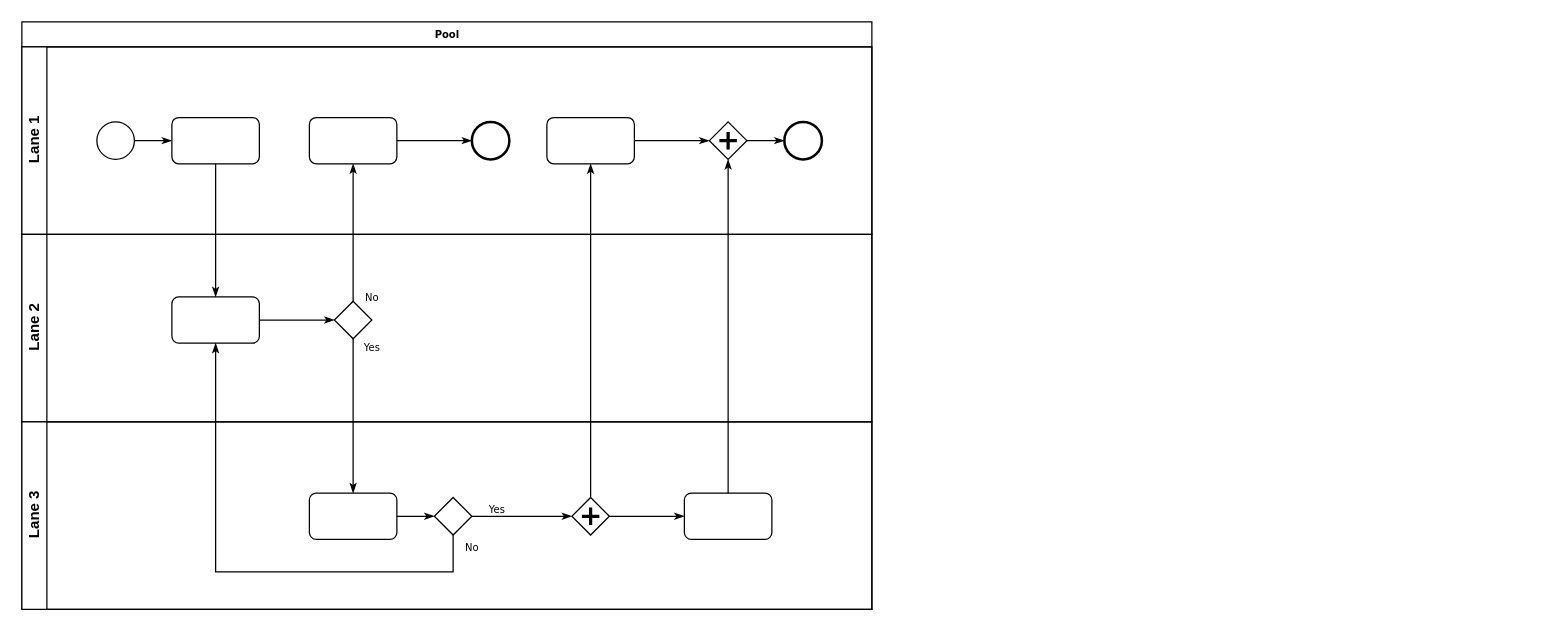
ToshiyasuKatsube735/image-analysis keeps this draw.io diagram as templates/test.drawio. Above is the earlier version. Source tidied: cells renumbered, new cells numbered last; positions are measured from the earlier drawing's top-left corner, leaving out a move shared by most shapes. Both pictures are drawn from the tidied source at 125%, with x=0, y=0 at pixel (21, 21).
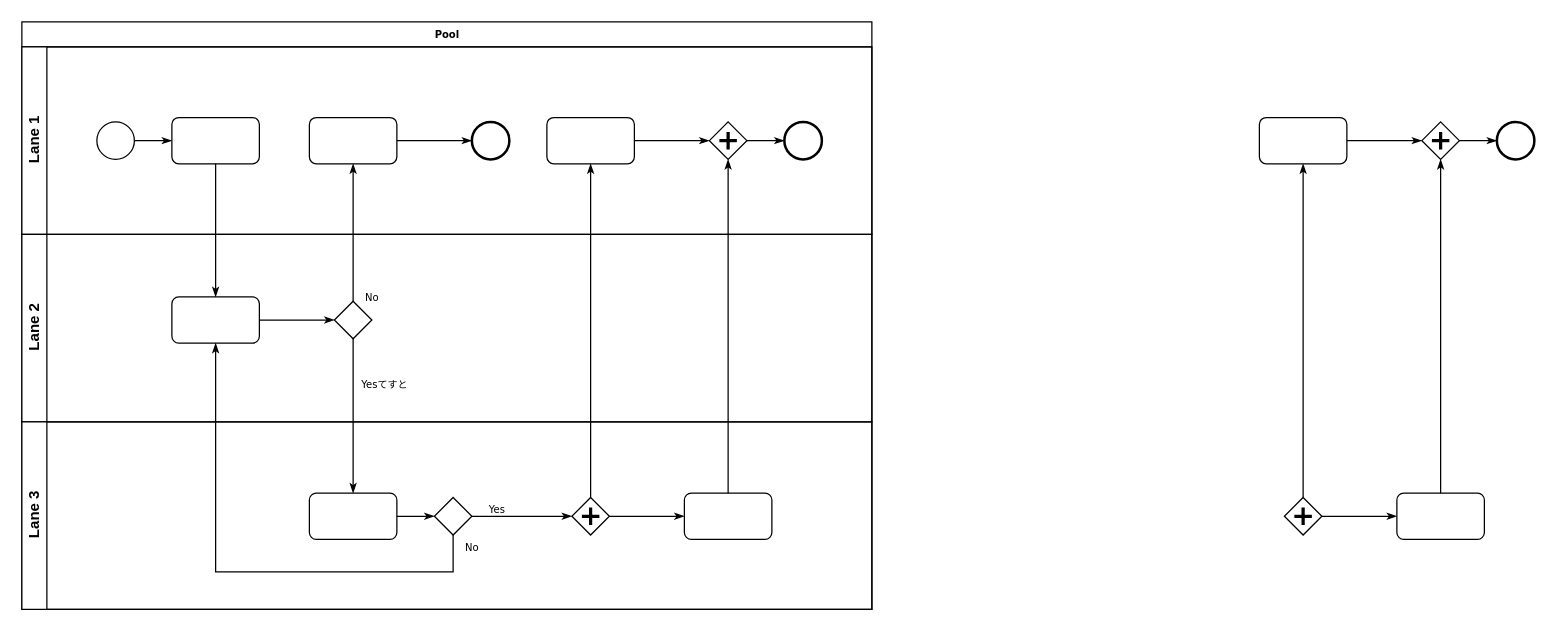
Above is the later version.

Commit message:
test.drawio を更新します

The change refers to these unchanged cells:
```xml
<mxCell id="2" value="Pool" style="swimlane;html=1;horizontal=1;startSize=20;rounded=0;shadow=0;labelBackgroundColor=none;strokeWidth=1;fontFamily=Verdana;fontSize=8;align=center;" parent="1" vertex="1">
  <mxGeometry width="680" height="470" as="geometry" />
</mxCell>
<mxCell id="17" style="strokeWidth=1;html=1;shape=mxgraph.flowchart.decision;whiteSpace=wrap;rounded=1;shadow=0;labelBackgroundColor=none;fontFamily=Verdana;fontSize=8;align=center;" parent="15" vertex="1">
  <mxGeometry x="250" y="53.5" width="30" height="30" as="geometry" />
</mxCell>
<mxCell id="21" style="rounded=1;whiteSpace=wrap;html=1;shadow=0;labelBackgroundColor=none;strokeWidth=1;fontFamily=Verdana;fontSize=8;align=center;" parent="19" vertex="1">
  <mxGeometry x="230" y="57" width="70" height="37" as="geometry" />
</mxCell>
```

What changed in the source:
```diff
@@
-    <mxCell id="29" value="Yes" style="edgeStyle=orthogonalEdgeStyle;rounded=0;html=1;labelBackgroundColor=none;startArrow=none;startFill=0;startSize=5;endArrow=classicThin;endFill=1;endSize=5;jettySize=auto;strokeWidth=1;fontFamily=Verdana;fontSize=8;" parent="2" edge="1" source="17" target="21">
-      <mxGeometry x="-0.89" y="15" relative="1" as="geometry" />
+    <mxCell id="29" value="Yesてすと" style="edgeStyle=orthogonalEdgeStyle;rounded=0;html=1;labelBackgroundColor=none;startArrow=none;startFill=0;startSize=5;endArrow=classicThin;endFill=1;endSize=5;jettySize=auto;strokeWidth=1;fontFamily=Verdana;fontSize=8;sourcePerimeterSpacing=15;exitX=0.5;exitY=1;exitDx=0;exitDy=0;exitPerimeter=0;sketch=0;align=center;" parent="2" edge="1" source="17" target="21">
+      <mxGeometry x="-0.41" y="25" relative="1" as="geometry" />
     </mxCell>
@@
+    <mxCell id="33" style="edgeStyle=orthogonalEdgeStyle;rounded=0;html=1;entryX=0;entryY=0.5;labelBackgroundColor=none;startArrow=none;startFill=0;startSize=5;endArrow=classicThin;endFill=1;endSize=5;jettySize=auto;strokeWidth=1;fontFamily=Verdana;fontSize=8;" parent="1" edge="1" source="34" target="36">
+      <mxGeometry relative="1" as="geometry" />
+    </mxCell>
+    <mxCell id="34" style="rounded=1;whiteSpace=wrap;html=1;shadow=0;labelBackgroundColor=none;strokeWidth=1;fontFamily=Verdana;fontSize=8;align=center;" parent="1" vertex="1">
+      <mxGeometry x="990" y="76.5" width="70" height="37" as="geometry" />
+    </mxCell>
+    <mxCell id="35" style="edgeStyle=orthogonalEdgeStyle;rounded=0;html=1;labelBackgroundColor=none;startArrow=none;startFill=0;startSize=5;endArrow=classicThin;endFill=1;endSize=5;jettySize=auto;strokeWidth=1;fontFamily=Verdana;fontSize=8;" parent="1" edge="1" source="36" target="37">
+      <mxGeometry relative="1" as="geometry" />
+    </mxCell>
+    <mxCell id="36" style="shape=mxgraph.bpmn.shape;html=1;verticalLabelPosition=bottom;labelBackgroundColor=#ffffff;verticalAlign=top;perimeter=rhombusPerimeter;background=gateway;outline=none;symbol=parallelGw;rounded=1;shadow=0;strokeWidth=1;fontFamily=Verdana;fontSize=8;align=center;" parent="1" vertex="1">
+      <mxGeometry x="1120" y="80" width="30" height="30" as="geometry" />
+    </mxCell>
+    <mxCell id="37" style="ellipse;whiteSpace=wrap;html=1;rounded=0;shadow=0;labelBackgroundColor=none;strokeWidth=2;fontFamily=Verdana;fontSize=8;align=center;" parent="1" vertex="1">
+      <mxGeometry x="1180" y="80" width="30" height="30" as="geometry" />
+    </mxCell>
+    <mxCell id="38" style="edgeStyle=orthogonalEdgeStyle;rounded=0;html=1;labelBackgroundColor=none;startArrow=none;startFill=0;startSize=5;endArrow=classicThin;endFill=1;endSize=5;jettySize=auto;strokeColor=#000000;strokeWidth=1;fontFamily=Verdana;fontSize=8;fontColor=#000000;" parent="1" edge="1" source="39" target="40">
+      <mxGeometry relative="1" as="geometry" />
+    </mxCell>
+    <mxCell id="39" style="shape=mxgraph.bpmn.shape;html=1;verticalLabelPosition=bottom;labelBackgroundColor=#ffffff;verticalAlign=top;perimeter=rhombusPerimeter;background=gateway;outline=none;symbol=parallelGw;rounded=1;shadow=0;strokeWidth=1;fontFamily=Verdana;fontSize=8;align=center;" parent="1" vertex="1">
+      <mxGeometry x="1010" y="380.5" width="30" height="30" as="geometry" />
+    </mxCell>
+    <mxCell id="40" style="rounded=1;whiteSpace=wrap;html=1;shadow=0;labelBackgroundColor=none;strokeWidth=1;fontFamily=Verdana;fontSize=8;align=center;" parent="1" vertex="1">
+      <mxGeometry x="1100" y="377" width="70" height="37" as="geometry" />
+    </mxCell>
+    <mxCell id="41" style="edgeStyle=orthogonalEdgeStyle;rounded=0;html=1;entryX=0.5;entryY=1;labelBackgroundColor=none;startArrow=none;startFill=0;startSize=5;endArrow=classicThin;endFill=1;endSize=5;jettySize=auto;strokeWidth=1;fontFamily=Verdana;fontSize=8;" parent="1" edge="1" source="40" target="36">
+      <mxGeometry relative="1" as="geometry" />
+    </mxCell>
+    <mxCell id="42" style="edgeStyle=orthogonalEdgeStyle;rounded=0;html=1;labelBackgroundColor=none;startArrow=none;startFill=0;startSize=5;endArrow=classicThin;endFill=1;endSize=5;jettySize=auto;strokeWidth=1;fontFamily=Verdana;fontSize=8;" parent="1" edge="1" source="39" target="34">
+      <mxGeometry relative="1" as="geometry" />
+    </mxCell>
```
